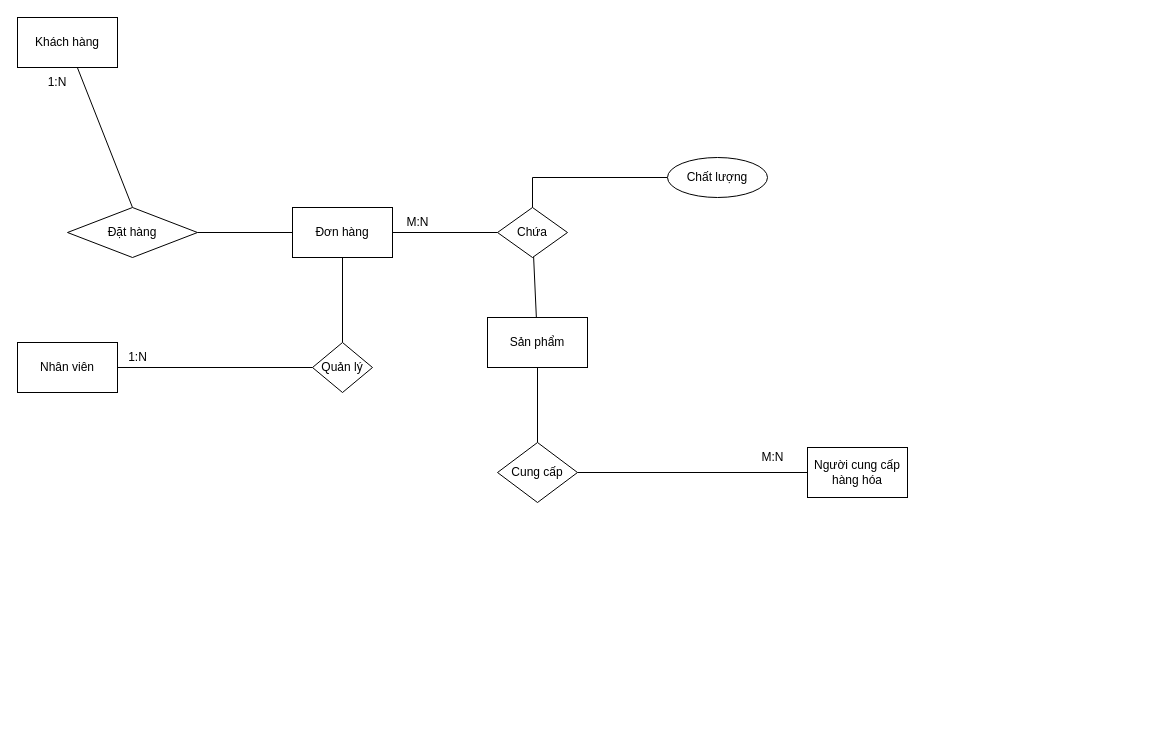
Earlier version of the draw.io diagram ERD.drawio (Huyenuiio/baitap). Source tidied: cells renumbered, new cells numbered last; positions are measured from the earlier drawing's top-left corner, leaving out a move shared by most shapes. Both pictures are drawn from the tidied source at 100%, with x=0, y=0 at pixel (17, 17).
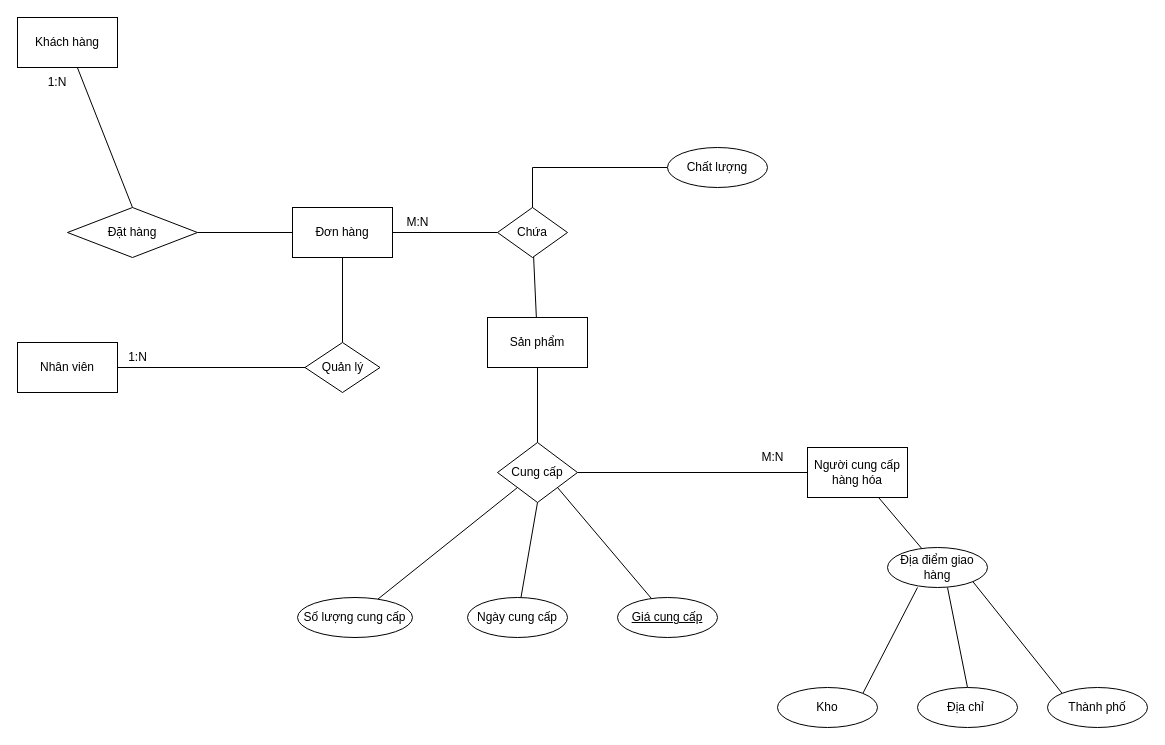
After the change.

Unchanged cells that the change refers to:
```xml
<mxCell id="11" value="Người cung cấp hàng hóa" style="html=1;dashed=0;whiteSpace=wrap;" parent="1" vertex="1">
  <mxGeometry x="790" y="430" width="100" height="50" as="geometry" />
</mxCell>
<mxCell id="16" value="Cung cấp" style="shape=rhombus;html=1;dashed=0;whiteSpace=wrap;perimeter=rhombusPerimeter;" parent="1" vertex="1">
  <mxGeometry x="480" y="425" width="80" height="60" as="geometry" />
</mxCell>
```

What changed in the source:
```diff
@@
     <mxCell id="18" value="Quản lý" style="shape=rhombus;html=1;dashed=0;whiteSpace=wrap;perimeter=rhombusPerimeter;" parent="1" vertex="1">
-      <mxGeometry x="295" y="325" width="60" height="50" as="geometry" />
+      <mxGeometry x="287.5" y="325" width="75" height="50" as="geometry" />
     </mxCell>
@@
     <mxCell id="24" value="Chất lượng" style="ellipse;whiteSpace=wrap;html=1;align=center;" parent="1" vertex="1">
-      <mxGeometry x="650" y="140" width="100" height="40" as="geometry" />
+      <mxGeometry x="650" y="130" width="100" height="40" as="geometry" />
     </mxCell>
+    <mxCell id="25" style="rounded=0;jettySize=auto;html=1;entryX=0.5;entryY=1;entryDx=0;entryDy=0;endArrow=none;startFill=0;" parent="1" edge="1" source="26" target="16">
+      <mxGeometry relative="1" as="geometry" />
+    </mxCell>
+    <mxCell id="26" value="Ngày cung cấp" style="ellipse;whiteSpace=wrap;html=1;align=center;" parent="1" vertex="1">
+      <mxGeometry x="450" y="580" width="100" height="40" as="geometry" />
+    </mxCell>
+    <mxCell id="27" style="rounded=0;jettySize=auto;html=1;entryX=0;entryY=1;entryDx=0;entryDy=0;endArrow=none;startFill=0;" parent="1" edge="1" source="28" target="16">
+      <mxGeometry relative="1" as="geometry" />
+    </mxCell>
+    <mxCell id="28" value="Số lượng cung cấp" style="ellipse;whiteSpace=wrap;html=1;align=center;" parent="1" vertex="1">
+      <mxGeometry x="280" y="580" width="115" height="40" as="geometry" />
+    </mxCell>
+    <mxCell id="29" style="rounded=0;jettySize=auto;html=1;entryX=1;entryY=1;entryDx=0;entryDy=0;endArrow=none;startFill=0;" parent="1" edge="1" source="30" target="16">
+      <mxGeometry relative="1" as="geometry" />
+    </mxCell>
+    <mxCell id="30" value="&lt;u&gt;Giá cung cấp&lt;/u&gt;" style="ellipse;whiteSpace=wrap;html=1;align=center;" parent="1" vertex="1">
+      <mxGeometry x="600" y="580" width="100" height="40" as="geometry" />
+    </mxCell>
+    <mxCell id="31" style="rounded=0;jettySize=auto;html=1;endArrow=none;startFill=0;" parent="1" edge="1" source="32" target="11">
+      <mxGeometry relative="1" as="geometry" />
+    </mxCell>
+    <mxCell id="32" value="Địa điểm giao hàng" style="ellipse;whiteSpace=wrap;html=1;align=center;" parent="1" vertex="1">
+      <mxGeometry x="870" y="530" width="100" height="40" as="geometry" />
+    </mxCell>
+    <mxCell id="33" style="rounded=0;jettySize=auto;html=1;exitX=1;exitY=0;exitDx=0;exitDy=0;entryX=0.3;entryY=1;entryDx=0;entryDy=0;endArrow=none;startFill=0;entryPerimeter=0;" parent="1" edge="1" source="34" target="32">
+      <mxGeometry relative="1" as="geometry" />
+    </mxCell>
+    <mxCell id="34" value="Kho" style="ellipse;whiteSpace=wrap;html=1;align=center;" parent="1" vertex="1">
+      <mxGeometry x="760" y="670" width="100" height="40" as="geometry" />
+    </mxCell>
+    <mxCell id="35" style="rounded=0;jettySize=auto;html=1;exitX=0.5;exitY=0;exitDx=0;exitDy=0;entryX=0.6;entryY=1;entryDx=0;entryDy=0;endArrow=none;startFill=0;entryPerimeter=0;" parent="1" edge="1" source="36" target="32">
+      <mxGeometry relative="1" as="geometry" />
+    </mxCell>
+    <mxCell id="36" value="Địa chỉ&amp;nbsp;" style="ellipse;whiteSpace=wrap;html=1;align=center;" parent="1" vertex="1">
+      <mxGeometry x="900" y="670" width="100" height="40" as="geometry" />
+    </mxCell>
+    <mxCell id="37" style="rounded=0;jettySize=auto;html=1;exitX=0;exitY=0;exitDx=0;exitDy=0;entryX=1;entryY=1;entryDx=0;entryDy=0;endArrow=none;startFill=0;" parent="1" edge="1" source="38" target="32">
+      <mxGeometry relative="1" as="geometry" />
+    </mxCell>
+    <mxCell id="38" value="Thành phố" style="ellipse;whiteSpace=wrap;html=1;align=center;" parent="1" vertex="1">
+      <mxGeometry x="1030" y="670" width="100" height="40" as="geometry" />
+    </mxCell>
```
